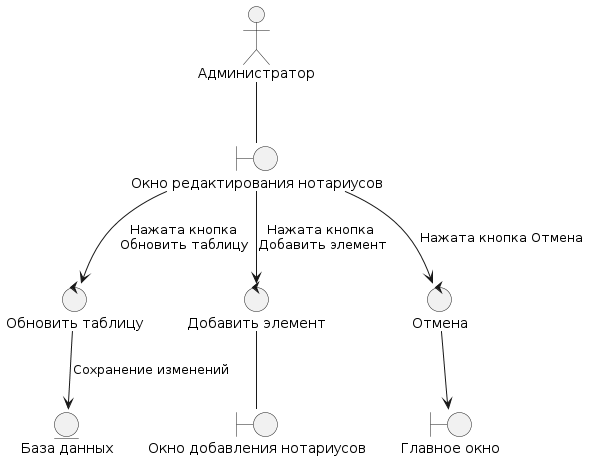
This is Diagrams/images/Prigodnost/Admin_Update.png from Student7751/CourseWork, a PlantUML export, as it was before one commit.
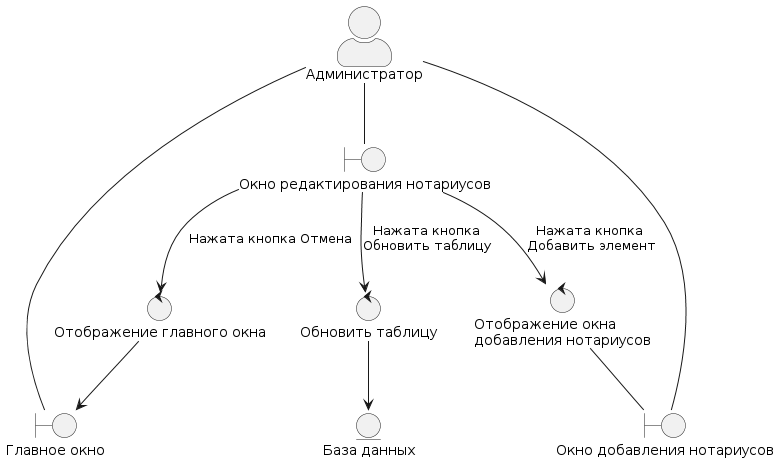
The same file after the commit.

Diff of the diagram source:
```diff
@@ -1,4 +1,6 @@
 @startuml
+skinparam actorStyle awesome
+
 boundary "Окно редактирования нотариусов" as edit_window
 boundary "Окно добавления нотариусов" as add_notarius_window
 boundary "Главное окно" as main_window
@@ -8,8 +10,8 @@
 user -- edit_window
 
 control "Обновить таблицу" as update_control
-control "Добавить элемент" as add_control
-control "Отмена" as cancel_control
+control "Отображение окна\nдобавления нотариусов" as add_control
+control "Отображение главного окна" as cancel_control
 
 entity "База данных" as DB
 
@@ -19,7 +21,10 @@
 
 add_control -- add_notarius_window
 
-update_control --> DB: Сохранение изменений
+update_control --> DB
 
 cancel_control --> main_window
+
+add_notarius_window -up- user
+main_window -up- user
 @enduml
```
